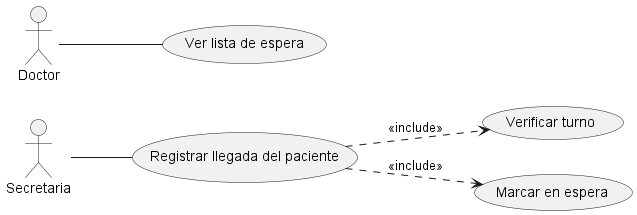
Before: diagramas/02-casos-de-uso/02-caso-uso-registrar-llegada-03/02-caso-uso-registrar-llegada-03.png, a diagram exported from PlantUML (FacundoGuiraldes/SistemaTurnosMedicos).
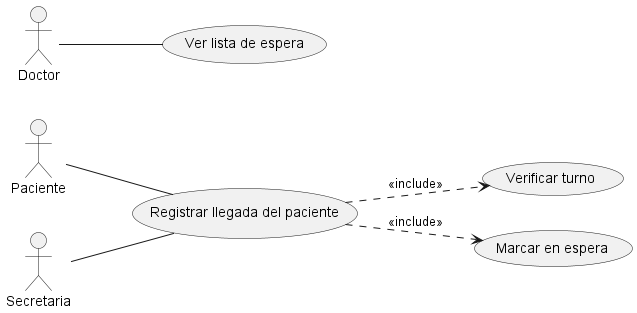
The same diagram one commit later.

Commit message:
fix: agrego actor Paciente a CU03 segun introduccion.md

What changed in the source:
```diff
@@ -1,6 +1,7 @@
 @startuml
 left to right direction
 
+actor Paciente
 actor Secretaria
 actor Doctor
 
@@ -9,6 +10,7 @@
 usecase "Marcar en espera" as UC3
 usecase "Ver lista de espera" as UC4
 
+Paciente -- UC1
 Secretaria -- UC1
 Doctor -- UC4
 
```
